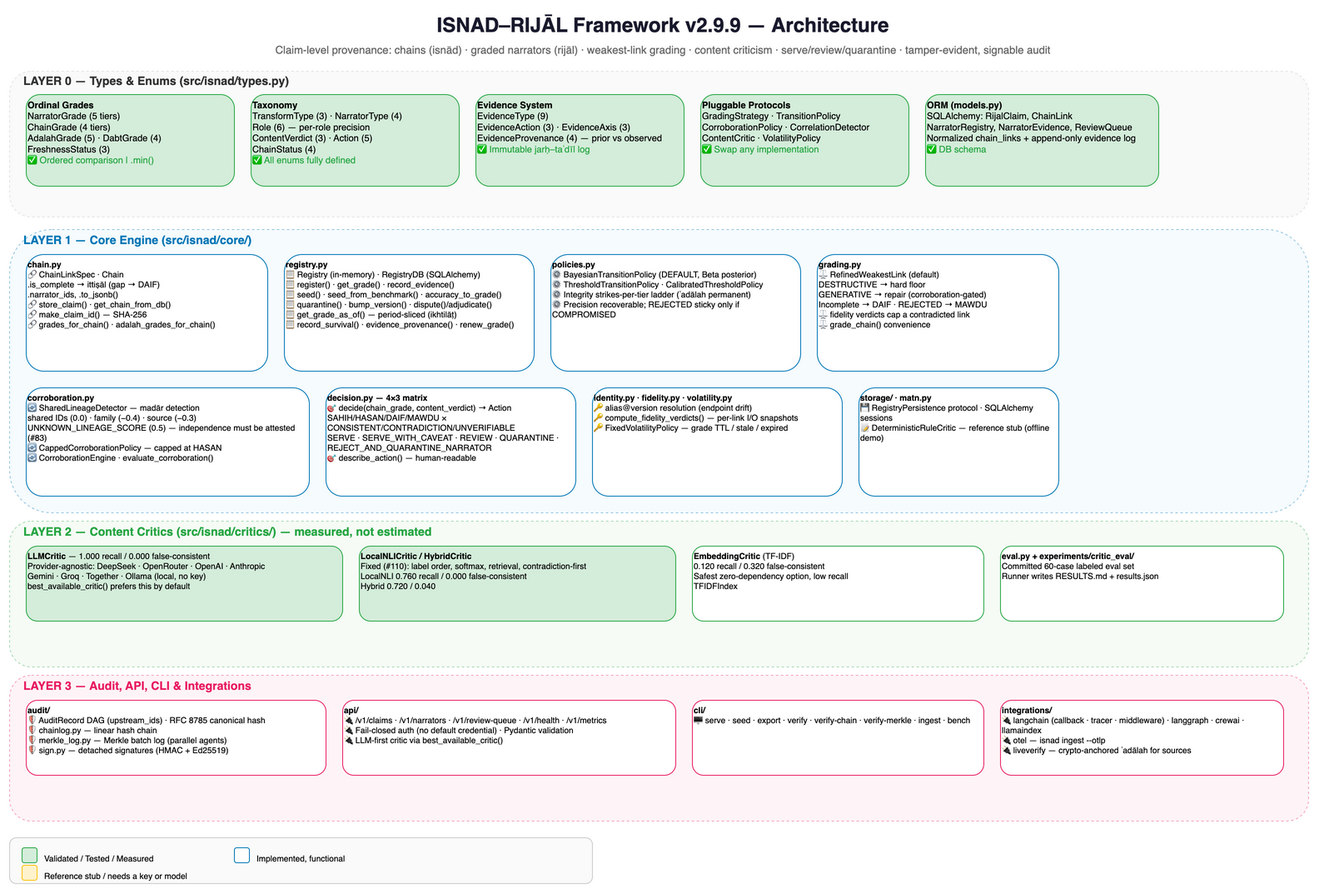
This is docs/images/architecture.png from alizahidraja/isnad, a draw.io export, as it was before one commit. Source tidied: cells renumbered, new cells last; positions are measured from the earlier drawing's top-left corner, leaving out a move shared by most shapes.
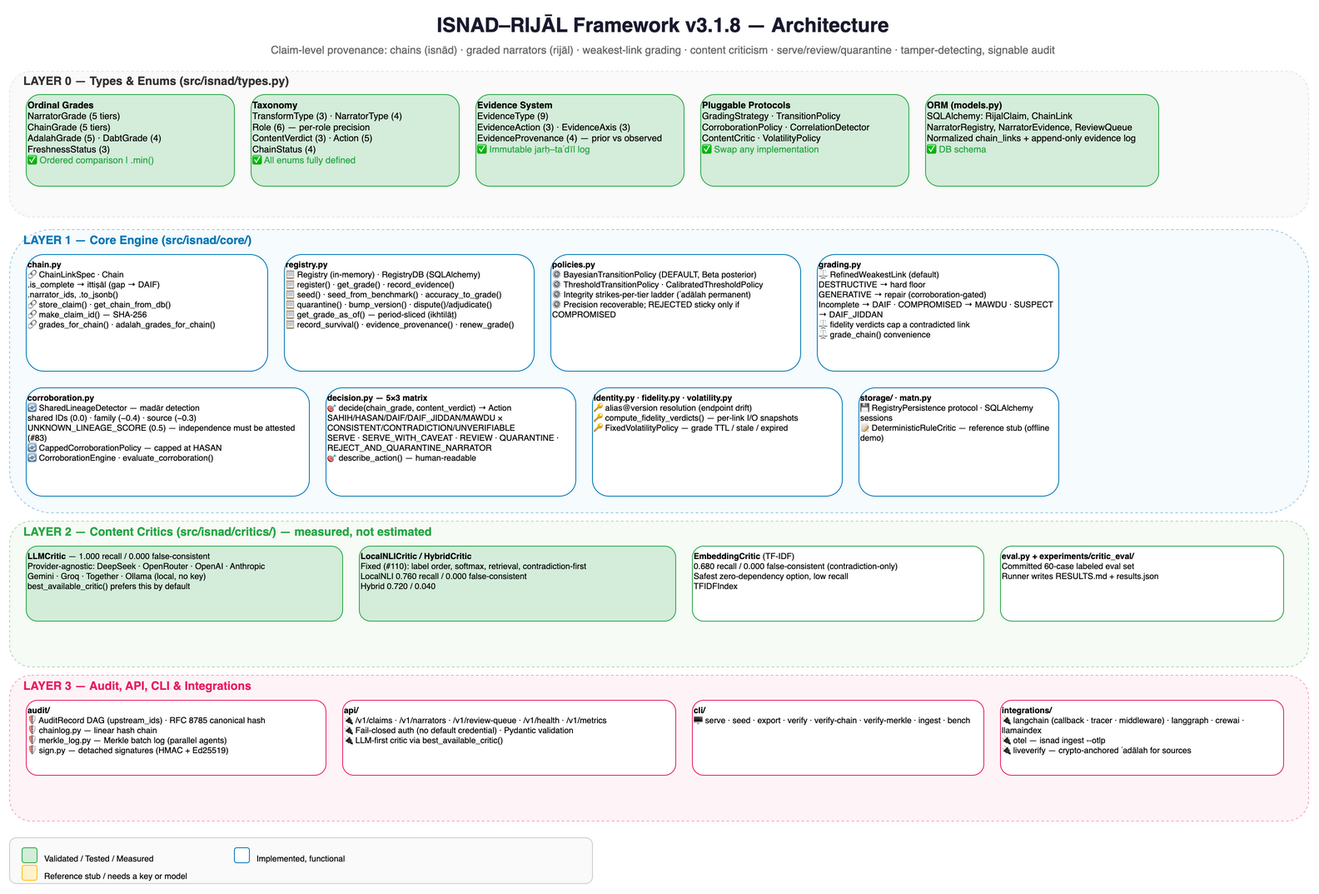
The same diagram one commit later.

Commit message:
docs(3.1.8): regenerate architecture.svg/png from corrected ARCHITECTURE.drawio (0.120->0.680, v3.1.8)

Change to the diagram source:
```diff
@@ -2,10 +2,10 @@
   <root>
     <mxCell id="0" />
     <mxCell id="1" parent="0" />
-    <mxCell id="2" value="ISNAD–RIJĀL Framework v2.9.9 — Architecture" style="text;html=1;strokeColor=none;fillColor=none;align=center;verticalAlign=middle;whiteSpace=wrap;rounded=0;fontSize=24;fontStyle=1;fontColor=#1a1a2e;" parent="1" vertex="1">
+    <mxCell id="2" value="ISNAD–RIJĀL Framework v3.1.8 — Architecture" style="text;html=1;strokeColor=none;fillColor=none;align=center;verticalAlign=middle;whiteSpace=wrap;rounded=0;fontSize=24;fontStyle=1;fontColor=#1a1a2e;" parent="1" vertex="1">
       <mxGeometry x="310" width="950" height="40" as="geometry" />
     </mxCell>
-    <mxCell id="3" value="Claim-level provenance: chains (isnād) · graded narrators (rijāl) · weakest-link grading · content criticism · serve/review/quarantine · tamper-evident, signable audit" style="text;html=1;strokeColor=none;fillColor=none;align=center;verticalAlign=middle;whiteSpace=wrap;rounded=0;fontSize=13;fontColor=#666666;" parent="1" vertex="1">
+    <mxCell id="3" value="Claim-level provenance: chains (isnād) · graded narrators (rijāl) · weakest-link grading · content criticism · serve/review/quarantine · tamper-detecting, signable audit" style="text;html=1;strokeColor=none;fillColor=none;align=center;verticalAlign=middle;whiteSpace=wrap;rounded=0;fontSize=13;fontColor=#666666;" parent="1" vertex="1">
       <mxGeometry x="210" y="40" width="1150" height="20" as="geometry" />
     </mxCell>
     <mxCell id="4" style="rounded=1;whiteSpace=wrap;html=1;fillColor=#f5f5f5;strokeColor=#cccccc;dashed=1;opacity=50;" parent="1" vertex="1">
@@ -14,7 +14,7 @@
     <mxCell id="5" value="LAYER 0 — Types &amp; Enums (src/isnad/types.py)" style="text;html=1;strokeColor=none;fillColor=none;align=left;verticalAlign=middle;fontSize=14;fontStyle=1;fontColor=#333333;" parent="1" vertex="1">
       <mxGeometry x="15" y="77" width="350" height="20" as="geometry" />
     </mxCell>
-    <mxCell id="6" value="&lt;b&gt;Ordinal Grades&lt;/b&gt;&lt;br&gt;NarratorGrade (5 tiers)&lt;br&gt;ChainGrade (4 tiers)&lt;br&gt;AdalahGrade (5) · DabtGrade (4)&lt;br&gt;FreshnessStatus (3)&lt;br&gt;&lt;font color=&quot;#28a745&quot;&gt;✅ Ordered comparison | .min()&lt;/font&gt;" style="rounded=1;whiteSpace=wrap;html=1;fillColor=#d4edda;strokeColor=#28a745;fontSize=11;align=left;verticalAlign=top;" parent="1" vertex="1">
+    <mxCell id="6" value="&lt;b&gt;Ordinal Grades&lt;/b&gt;&lt;br&gt;NarratorGrade (5 tiers)&lt;br&gt;ChainGrade (5 tiers)&lt;br&gt;AdalahGrade (5) · DabtGrade (4)&lt;br&gt;FreshnessStatus (3)&lt;br&gt;&lt;font color=&quot;#28a745&quot;&gt;✅ Ordered comparison | .min()&lt;/font&gt;" style="rounded=1;whiteSpace=wrap;html=1;fillColor=#d4edda;strokeColor=#28a745;fontSize=11;align=left;verticalAlign=top;" parent="1" vertex="1">
       <mxGeometry x="20" y="103" width="250" height="110" as="geometry" />
     </mxCell>
     <mxCell id="7" value="&lt;b&gt;Taxonomy&lt;/b&gt;&lt;br&gt;TransformType (3) · NarratorType (4)&lt;br&gt;Role (6) — per-role precision&lt;br&gt;ContentVerdict (3) · Action (5)&lt;br&gt;ChainStatus (4)&lt;br&gt;&lt;font color=&quot;#28a745&quot;&gt;✅ All enums fully defined&lt;/font&gt;" style="rounded=1;whiteSpace=wrap;html=1;fillColor=#d4edda;strokeColor=#28a745;fontSize=11;align=left;verticalAlign=top;" parent="1" vertex="1">
@@ -44,13 +44,13 @@
     <mxCell id="15" value="&lt;b&gt;policies.py&lt;/b&gt;&lt;br&gt;⚙️ BayesianTransitionPolicy (DEFAULT, Beta posterior)&lt;br&gt;⚙️ ThresholdTransitionPolicy · CalibratedThresholdPolicy&lt;br&gt;⚙️ Integrity strikes-per-tier ladder (ʿadālah permanent)&lt;br&gt;⚙️ Precision recoverable; REJECTED sticky only if COMPROMISED" style="rounded=1;whiteSpace=wrap;html=1;fillColor=#ffffff;strokeColor=#0077b6;fontSize=10;align=left;verticalAlign=top;" parent="1" vertex="1">
       <mxGeometry x="650" y="295" width="300" height="140" as="geometry" />
     </mxCell>
-    <mxCell id="16" value="&lt;b&gt;grading.py&lt;/b&gt;&lt;br&gt;⚖️ RefinedWeakestLink (default)&lt;br&gt;   DESTRUCTIVE → hard floor&lt;br&gt;   GENERATIVE → repair (corroboration-gated)&lt;br&gt;   Incomplete → DAIF · REJECTED → MAWDU&lt;br&gt;⚖️ fidelity verdicts cap a contradicted link&lt;br&gt;⚖️ grade_chain() convenience" style="rounded=1;whiteSpace=wrap;html=1;fillColor=#ffffff;strokeColor=#0077b6;fontSize=10;align=left;verticalAlign=top;" parent="1" vertex="1">
+    <mxCell id="16" value="&lt;b&gt;grading.py&lt;/b&gt;&lt;br&gt;⚖️ RefinedWeakestLink (default)&lt;br&gt;   DESTRUCTIVE → hard floor&lt;br&gt;   GENERATIVE → repair (corroboration-gated)&lt;br&gt;   Incomplete → DAIF · COMPROMISED → MAWDU · SUSPECT → DAIF_JIDDAN&lt;br&gt;⚖️ fidelity verdicts cap a contradicted link&lt;br&gt;⚖️ grade_chain() convenience" style="rounded=1;whiteSpace=wrap;html=1;fillColor=#ffffff;strokeColor=#0077b6;fontSize=10;align=left;verticalAlign=top;" parent="1" vertex="1">
       <mxGeometry x="970" y="295" width="290" height="140" as="geometry" />
     </mxCell>
     <mxCell id="17" value="&lt;b&gt;corroboration.py&lt;/b&gt;&lt;br&gt;🔄 SharedLineageDetector — madār detection&lt;br&gt;   shared IDs (0.0) · family (−0.4) · source (−0.3)&lt;br&gt;   UNKNOWN_LINEAGE_SCORE (0.5) — independence must be attested (#83)&lt;br&gt;🔄 CappedCorroborationPolicy — capped at HASAN&lt;br&gt;🔄 CorroborationEngine · evaluate_corroboration()" style="rounded=1;whiteSpace=wrap;html=1;fillColor=#ffffff;strokeColor=#0077b6;fontSize=10;align=left;verticalAlign=top;" parent="1" vertex="1">
       <mxGeometry x="20" y="455" width="340" height="130" as="geometry" />
     </mxCell>
-    <mxCell id="18" value="&lt;b&gt;decision.py — 4×3 matrix&lt;/b&gt;&lt;br&gt;🎯 decide(chain_grade, content_verdict) → Action&lt;br&gt;   SAHIH/HASAN/DAIF/MAWDU × CONSISTENT/CONTRADICTION/UNVERIFIABLE&lt;br&gt;   SERVE · SERVE_WITH_CAVEAT · REVIEW · QUARANTINE · REJECT_AND_QUARANTINE_NARRATOR&lt;br&gt;🎯 describe_action() — human-readable" style="rounded=1;whiteSpace=wrap;html=1;fillColor=#ffffff;strokeColor=#0077b6;fontSize=10;align=left;verticalAlign=top;" parent="1" vertex="1">
+    <mxCell id="18" value="&lt;b&gt;decision.py — 5×3 matrix&lt;/b&gt;&lt;br&gt;🎯 decide(chain_grade, content_verdict) → Action&lt;br&gt;   SAHIH/HASAN/DAIF/DAIF_JIDDAN/MAWDU × CONSISTENT/CONTRADICTION/UNVERIFIABLE&lt;br&gt;   SERVE · SERVE_WITH_CAVEAT · REVIEW · QUARANTINE · REJECT_AND_QUARANTINE_NARRATOR&lt;br&gt;🎯 describe_action() — human-readable" style="rounded=1;whiteSpace=wrap;html=1;fillColor=#ffffff;strokeColor=#0077b6;fontSize=10;align=left;verticalAlign=top;" parent="1" vertex="1">
       <mxGeometry x="380" y="455" width="300" height="130" as="geometry" />
     </mxCell>
     <mxCell id="19" value="&lt;b&gt;identity.py · fidelity.py · volatility.py&lt;/b&gt;&lt;br&gt;🔑 alias@version resolution (endpoint drift)&lt;br&gt;🔑 compute_fidelity_verdicts() — per-link I/O snapshots&lt;br&gt;🔑 FixedVolatilityPolicy — grade TTL / stale / expired" style="rounded=1;whiteSpace=wrap;html=1;fillColor=#ffffff;strokeColor=#0077b6;fontSize=10;align=left;verticalAlign=top;" parent="1" vertex="1">
@@ -71,7 +71,7 @@
     <mxCell id="24" value="&lt;b&gt;LocalNLICritic / HybridCritic&lt;/b&gt;&lt;br&gt;Fixed (#110): label order, softmax, retrieval, contradiction-first&lt;br&gt;LocalNLI 0.760 recall / 0.000 false-consistent&lt;br&gt;Hybrid 0.720 / 0.040" style="rounded=1;whiteSpace=wrap;html=1;fillColor=#d4edda;strokeColor=#28a745;fontSize=10;align=left;verticalAlign=top;" parent="1" vertex="1">
       <mxGeometry x="420" y="645" width="380" height="90" as="geometry" />
     </mxCell>
-    <mxCell id="25" value="&lt;b&gt;EmbeddingCritic&lt;/b&gt; (TF-IDF)&lt;br&gt;0.120 recall / 0.320 false-consistent&lt;br&gt;Safest zero-dependency option, low recall&lt;br&gt;TFIDFIndex" style="rounded=1;whiteSpace=wrap;html=1;fillColor=#ffffff;strokeColor=#28a745;fontSize=10;align=left;verticalAlign=top;" parent="1" vertex="1">
+    <mxCell id="25" value="&lt;b&gt;EmbeddingCritic&lt;/b&gt; (TF-IDF)&lt;br&gt;0.680 recall / 0.000 false-consistent (contradiction-only)&lt;br&gt;Safest zero-dependency option, low recall&lt;br&gt;TFIDFIndex" style="rounded=1;whiteSpace=wrap;html=1;fillColor=#ffffff;strokeColor=#28a745;fontSize=10;align=left;verticalAlign=top;" parent="1" vertex="1">
       <mxGeometry x="820" y="645" width="350" height="90" as="geometry" />
     </mxCell>
     <mxCell id="26" value="&lt;b&gt;eval.py + experiments/critic_eval/&lt;/b&gt;&lt;br&gt;Committed 60-case labeled eval set&lt;br&gt;Runner writes RESULTS.md + results.json" style="rounded=1;whiteSpace=wrap;html=1;fillColor=#ffffff;strokeColor=#28a745;fontSize=10;align=left;verticalAlign=top;" parent="1" vertex="1">
```
